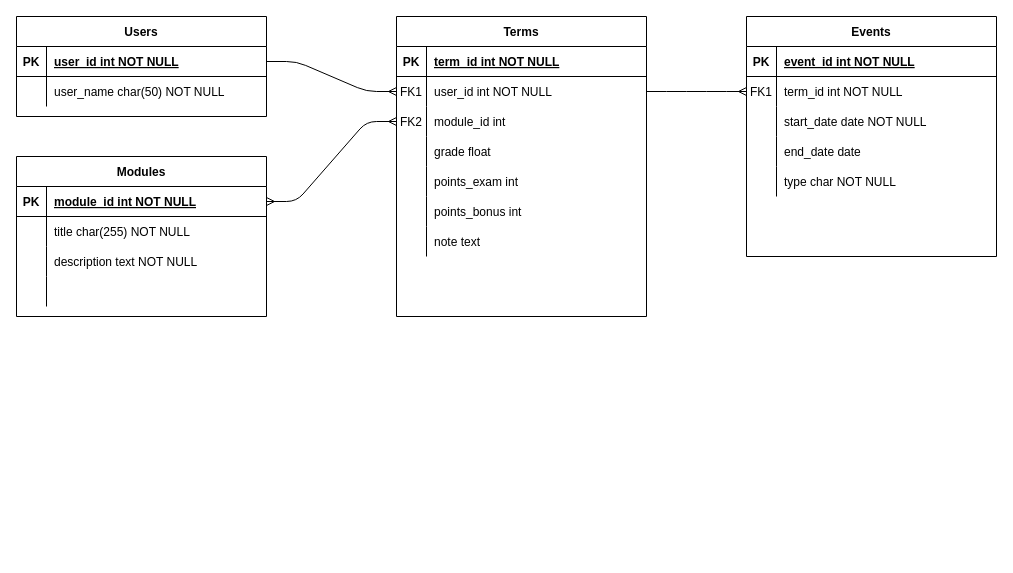
Before: docs/erm_semesterplaner.drawio in bauersebastian/termplanner, a draw.io diagram. Source tidied: cells renumbered, new cells numbered last; positions are measured from the earlier drawing's top-left corner, leaving out a move shared by most shapes. Both pictures are drawn from the tidied source at 100%, with x=0, y=0 at pixel (16, 16).
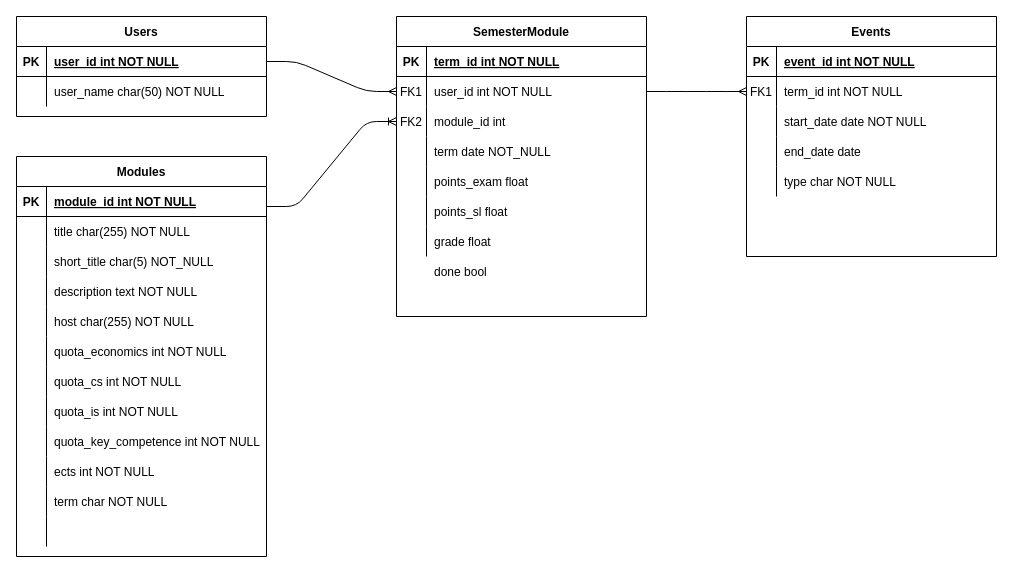
Above is the later version.

Unchanged cells that the change refers to:
```xml
<mxCell id="19" style="shape=partialRectangle;fillColor=none;points=[[0,0.5],[1,0.5]];portConstraint=eastwest;top=0;left=0;right=0;bottom=1;" parent="18" vertex="1">
  <mxGeometry y="30" width="250" height="30" as="geometry" />
</mxCell>
<mxCell id="25" style="shape=partialRectangle;fillColor=none;top=0;left=0;right=0;bottom=0;" parent="18" vertex="1">
  <mxGeometry y="90" width="250" height="30" as="geometry" />
</mxCell>
<mxCell id="45" style="shape=partialRectangle;fillColor=none;points=[[0,0.5],[1,0.5]];portConstraint=eastwest;top=0;left=0;right=0;bottom=0;" parent="38" vertex="1">
  <mxGeometry y="90" width="250" height="30" as="geometry" />
</mxCell>
<mxCell id="51" style="shape=partialRectangle;fillColor=none;top=0;left=0;right=0;bottom=0;" parent="38" vertex="1">
  <mxGeometry y="150" width="250" height="30" as="geometry" />
</mxCell>
<mxCell id="54" style="shape=partialRectangle;fillColor=none;top=0;left=0;right=0;bottom=0;" parent="38" vertex="1">
  <mxGeometry y="180" width="250" height="30" as="geometry" />
</mxCell>
```

The edit, as a diff of the source:
```diff
@@
     <mxCell id="18" value="Modules" style="shape=table;startSize=30;childLayout=tableLayout;rowLines=0;fontStyle=1;align=center;" parent="1" vertex="1">
-      <mxGeometry y="140" width="250" height="160" as="geometry" />
+      <mxGeometry y="140" width="250" height="400" as="geometry" />
     </mxCell>
@@
-    <mxCell id="27" value="description text NOT NULL" style="shape=partialRectangle;overflow=hidden;fillColor=none;top=0;left=0;bottom=0;right=0;align=left;spacingLeft=6;" parent="25" vertex="1">
+    <mxCell id="27" value="short_title char(5) NOT_NULL" style="shape=partialRectangle;overflow=hidden;fillColor=none;top=0;left=0;bottom=0;right=0;align=left;spacingLeft=6;" parent="25" vertex="1">
       <mxGeometry x="30" width="220" height="30" as="geometry" />
     </mxCell>
+    <mxCell id="63" style="shape=partialRectangle;fillColor=none;top=0;left=0;right=0;bottom=0;" parent="18" vertex="1">
+      <mxGeometry y="120" width="250" height="30" as="geometry" />
+    </mxCell>
+    <mxCell id="64" style="shape=partialRectangle;overflow=hidden;fillColor=none;top=0;left=0;bottom=0;right=0;" parent="63" vertex="1">
+      <mxGeometry width="30" height="30" as="geometry" />
+    </mxCell>
+    <mxCell id="65" value="description text NOT NULL" style="shape=partialRectangle;overflow=hidden;fillColor=none;top=0;left=0;bottom=0;right=0;align=left;spacingLeft=6;" parent="63" vertex="1">
+      <mxGeometry x="30" width="220" height="30" as="geometry" />
+    </mxCell>
+    <mxCell id="66" style="shape=partialRectangle;fillColor=none;top=0;left=0;right=0;bottom=0;" parent="18" vertex="1">
+      <mxGeometry y="150" width="250" height="30" as="geometry" />
+    </mxCell>
+    <mxCell id="67" style="shape=partialRectangle;overflow=hidden;fillColor=none;top=0;left=0;bottom=0;right=0;" parent="66" vertex="1">
+      <mxGeometry width="30" height="30" as="geometry" />
+    </mxCell>
+    <mxCell id="68" value="host char(255) NOT NULL" style="shape=partialRectangle;overflow=hidden;fillColor=none;top=0;left=0;bottom=0;right=0;align=left;spacingLeft=6;" parent="66" vertex="1">
+      <mxGeometry x="30" width="220" height="30" as="geometry" />
+    </mxCell>
+    <mxCell id="69" style="shape=partialRectangle;fillColor=none;top=0;left=0;right=0;bottom=0;" parent="18" vertex="1">
+      <mxGeometry y="180" width="250" height="30" as="geometry" />
+    </mxCell>
+    <mxCell id="70" style="shape=partialRectangle;overflow=hidden;fillColor=none;top=0;left=0;bottom=0;right=0;" parent="69" vertex="1">
+      <mxGeometry width="30" height="30" as="geometry" />
+    </mxCell>
+    <mxCell id="71" value="quota_economics int NOT NULL" style="shape=partialRectangle;overflow=hidden;fillColor=none;top=0;left=0;bottom=0;right=0;align=left;spacingLeft=6;" parent="69" vertex="1">
+      <mxGeometry x="30" width="220" height="30" as="geometry" />
+    </mxCell>
+    <mxCell id="72" style="shape=partialRectangle;fillColor=none;top=0;left=0;right=0;bottom=0;" parent="18" vertex="1">
+      <mxGeometry y="210" width="250" height="30" as="geometry" />
+    </mxCell>
+    <mxCell id="73" style="shape=partialRectangle;overflow=hidden;fillColor=none;top=0;left=0;bottom=0;right=0;" parent="72" vertex="1">
+      <mxGeometry width="30" height="30" as="geometry" />
+    </mxCell>
+    <mxCell id="74" value="quota_cs int NOT NULL" style="shape=partialRectangle;overflow=hidden;fillColor=none;top=0;left=0;bottom=0;right=0;align=left;spacingLeft=6;" parent="72" vertex="1">
+      <mxGeometry x="30" width="220" height="30" as="geometry" />
+    </mxCell>
+    <mxCell id="75" style="shape=partialRectangle;fillColor=none;top=0;left=0;right=0;bottom=0;" parent="18" vertex="1">
+      <mxGeometry y="240" width="250" height="30" as="geometry" />
+    </mxCell>
+    <mxCell id="76" style="shape=partialRectangle;overflow=hidden;fillColor=none;top=0;left=0;bottom=0;right=0;" parent="75" vertex="1">
+      <mxGeometry width="30" height="30" as="geometry" />
+    </mxCell>
+    <mxCell id="77" value="quota_is int NOT NULL" style="shape=partialRectangle;overflow=hidden;fillColor=none;top=0;left=0;bottom=0;right=0;align=left;spacingLeft=6;" parent="75" vertex="1">
+      <mxGeometry x="30" width="220" height="30" as="geometry" />
+    </mxCell>
+    <mxCell id="78" style="shape=partialRectangle;fillColor=none;top=0;left=0;right=0;bottom=0;" parent="18" vertex="1">
+      <mxGeometry y="270" width="250" height="30" as="geometry" />
+    </mxCell>
+    <mxCell id="79" style="shape=partialRectangle;overflow=hidden;fillColor=none;top=0;left=0;bottom=0;right=0;" parent="78" vertex="1">
+      <mxGeometry width="30" height="30" as="geometry" />
+    </mxCell>
+    <mxCell id="80" value="quota_key_competence int NOT NULL" style="shape=partialRectangle;overflow=hidden;fillColor=none;top=0;left=0;bottom=0;right=0;align=left;spacingLeft=6;" parent="78" vertex="1">
+      <mxGeometry x="30" width="220" height="30" as="geometry" />
+    </mxCell>
+    <mxCell id="81" style="shape=partialRectangle;fillColor=none;top=0;left=0;right=0;bottom=0;" parent="18" vertex="1">
+      <mxGeometry y="300" width="250" height="30" as="geometry" />
+    </mxCell>
+    <mxCell id="82" style="shape=partialRectangle;overflow=hidden;fillColor=none;top=0;left=0;bottom=0;right=0;" parent="81" vertex="1">
+      <mxGeometry width="30" height="30" as="geometry" />
+    </mxCell>
+    <mxCell id="83" value="ects int NOT NULL" style="shape=partialRectangle;overflow=hidden;fillColor=none;top=0;left=0;bottom=0;right=0;align=left;spacingLeft=6;" parent="81" vertex="1">
+      <mxGeometry x="30" width="220" height="30" as="geometry" />
+    </mxCell>
+    <mxCell id="84" style="shape=partialRectangle;fillColor=none;top=0;left=0;right=0;bottom=0;" parent="18" vertex="1">
+      <mxGeometry y="330" width="250" height="30" as="geometry" />
+    </mxCell>
+    <mxCell id="85" style="shape=partialRectangle;overflow=hidden;fillColor=none;top=0;left=0;bottom=0;right=0;" parent="84" vertex="1">
+      <mxGeometry width="30" height="30" as="geometry" />
+    </mxCell>
+    <mxCell id="86" value="term char NOT NULL" style="shape=partialRectangle;overflow=hidden;fillColor=none;top=0;left=0;bottom=0;right=0;align=left;spacingLeft=6;" parent="84" vertex="1">
+      <mxGeometry x="30" width="220" height="30" as="geometry" />
+    </mxCell>
     <mxCell id="28" style="shape=partialRectangle;fillColor=none;top=0;left=0;right=0;bottom=0;" parent="18" vertex="1">
-      <mxGeometry y="120" width="250" height="30" as="geometry" />
+      <mxGeometry y="360" width="250" height="30" as="geometry" />
     </mxCell>
@@
-    <mxCell id="38" value="Terms" style="shape=table;startSize=30;childLayout=tableLayout;rowLines=0;fontStyle=1;align=center;" parent="1" vertex="1">
+    <mxCell id="38" value="SemesterModule" style="shape=table;startSize=30;childLayout=tableLayout;rowLines=0;fontStyle=1;align=center;" parent="1" vertex="1">
       <mxGeometry x="380" width="250" height="300" as="geometry" />
     </mxCell>
@@
-    <mxCell id="48" style="shape=partialRectangle;fillColor=none;top=0;left=0;right=0;bottom=0;" parent="38" vertex="1">
-      <mxGeometry y="120" width="250" height="30" as="geometry" />
-    </mxCell>
-    <mxCell id="49" style="shape=partialRectangle;overflow=hidden;fillColor=none;top=0;left=0;bottom=0;right=0;" parent="48" vertex="1">
-      <mxGeometry width="30" height="30" as="geometry" />
-    </mxCell>
-    <mxCell id="50" value="grade float " style="shape=partialRectangle;overflow=hidden;fillColor=none;top=0;left=0;bottom=0;right=0;align=left;spacingLeft=6;" parent="48" vertex="1">
-      <mxGeometry x="30" width="220" height="30" as="geometry" />
-    </mxCell>
+    <mxCell id="57" style="shape=partialRectangle;fillColor=none;top=0;left=0;right=0;bottom=0;" parent="38" vertex="1">
+      <mxGeometry y="120" width="250" height="30" as="geometry" />
+    </mxCell>
+    <mxCell id="58" style="shape=partialRectangle;overflow=hidden;fillColor=none;top=0;left=0;bottom=0;right=0;" parent="57" vertex="1">
+      <mxGeometry width="30" height="30" as="geometry" />
+    </mxCell>
+    <mxCell id="59" value="term date NOT_NULL" style="shape=partialRectangle;overflow=hidden;fillColor=none;top=0;left=0;bottom=0;right=0;align=left;spacingLeft=6;" parent="57" vertex="1">
+      <mxGeometry x="30" width="220" height="30" as="geometry" />
+    </mxCell>
@@
-    <mxCell id="53" value="points_exam int " style="shape=partialRectangle;overflow=hidden;fillColor=none;top=0;left=0;bottom=0;right=0;align=left;spacingLeft=6;" parent="51" vertex="1">
+    <mxCell id="53" value="points_exam float" style="shape=partialRectangle;overflow=hidden;fillColor=none;top=0;left=0;bottom=0;right=0;align=left;spacingLeft=6;" parent="51" vertex="1">
       <mxGeometry x="30" width="220" height="30" as="geometry" />
     </mxCell>
@@
-    <mxCell id="56" value="points_bonus int " style="shape=partialRectangle;overflow=hidden;fillColor=none;top=0;left=0;bottom=0;right=0;align=left;spacingLeft=6;" parent="54" vertex="1">
+    <mxCell id="56" value="points_sl float" style="shape=partialRectangle;overflow=hidden;fillColor=none;top=0;left=0;bottom=0;right=0;align=left;spacingLeft=6;" parent="54" vertex="1">
       <mxGeometry x="30" width="220" height="30" as="geometry" />
     </mxCell>
-    <mxCell id="57" style="shape=partialRectangle;fillColor=none;top=0;left=0;right=0;bottom=0;" parent="38" vertex="1">
-      <mxGeometry y="210" width="250" height="30" as="geometry" />
-    </mxCell>
-    <mxCell id="58" style="shape=partialRectangle;overflow=hidden;fillColor=none;top=0;left=0;bottom=0;right=0;" parent="57" vertex="1">
-      <mxGeometry width="30" height="30" as="geometry" />
-    </mxCell>
-    <mxCell id="59" value="note text" style="shape=partialRectangle;overflow=hidden;fillColor=none;top=0;left=0;bottom=0;right=0;align=left;spacingLeft=6;" parent="57" vertex="1">
-      <mxGeometry x="30" width="220" height="30" as="geometry" />
-    </mxCell>
+    <mxCell id="48" style="shape=partialRectangle;fillColor=none;top=0;left=0;right=0;bottom=0;" parent="38" vertex="1">
+      <mxGeometry y="210" width="250" height="30" as="geometry" />
+    </mxCell>
+    <mxCell id="49" style="shape=partialRectangle;overflow=hidden;fillColor=none;top=0;left=0;bottom=0;right=0;" parent="48" vertex="1">
+      <mxGeometry width="30" height="30" as="geometry" />
+    </mxCell>
+    <mxCell id="50" value="grade float " style="shape=partialRectangle;overflow=hidden;fillColor=none;top=0;left=0;bottom=0;right=0;align=left;spacingLeft=6;" parent="48" vertex="1">
+      <mxGeometry x="30" width="220" height="30" as="geometry" />
+    </mxCell>
@@
-    <mxCell id="61" style="edgeStyle=entityRelationEdgeStyle;fontSize=12;html=1;endArrow=ERmany;startArrow=ERmany;exitX=1;exitY=0.5;exitDx=0;exitDy=0;entryX=0;entryY=0.5;entryDx=0;entryDy=0;" parent="1" edge="1" source="19" target="45">
-      <mxGeometry relative="1" as="geometry" />
-    </mxCell>
@@
+    <mxCell id="87" style="edgeStyle=entityRelationEdgeStyle;fontSize=12;html=1;endArrow=ERoneToMany;entryX=0;entryY=0.5;entryDx=0;entryDy=0;" parent="1" edge="1" target="45">
+      <mxGeometry relative="1" as="geometry">
+        <mxPoint x="250" y="190" as="sourcePoint" />
+      </mxGeometry>
+    </mxCell>
+    <mxCell id="88" value="done bool" style="shape=partialRectangle;overflow=hidden;fillColor=none;top=0;left=0;bottom=0;right=0;align=left;spacingLeft=6;" parent="1" vertex="1">
+      <mxGeometry x="410" y="240" width="220" height="30" as="geometry" />
+    </mxCell>
```
